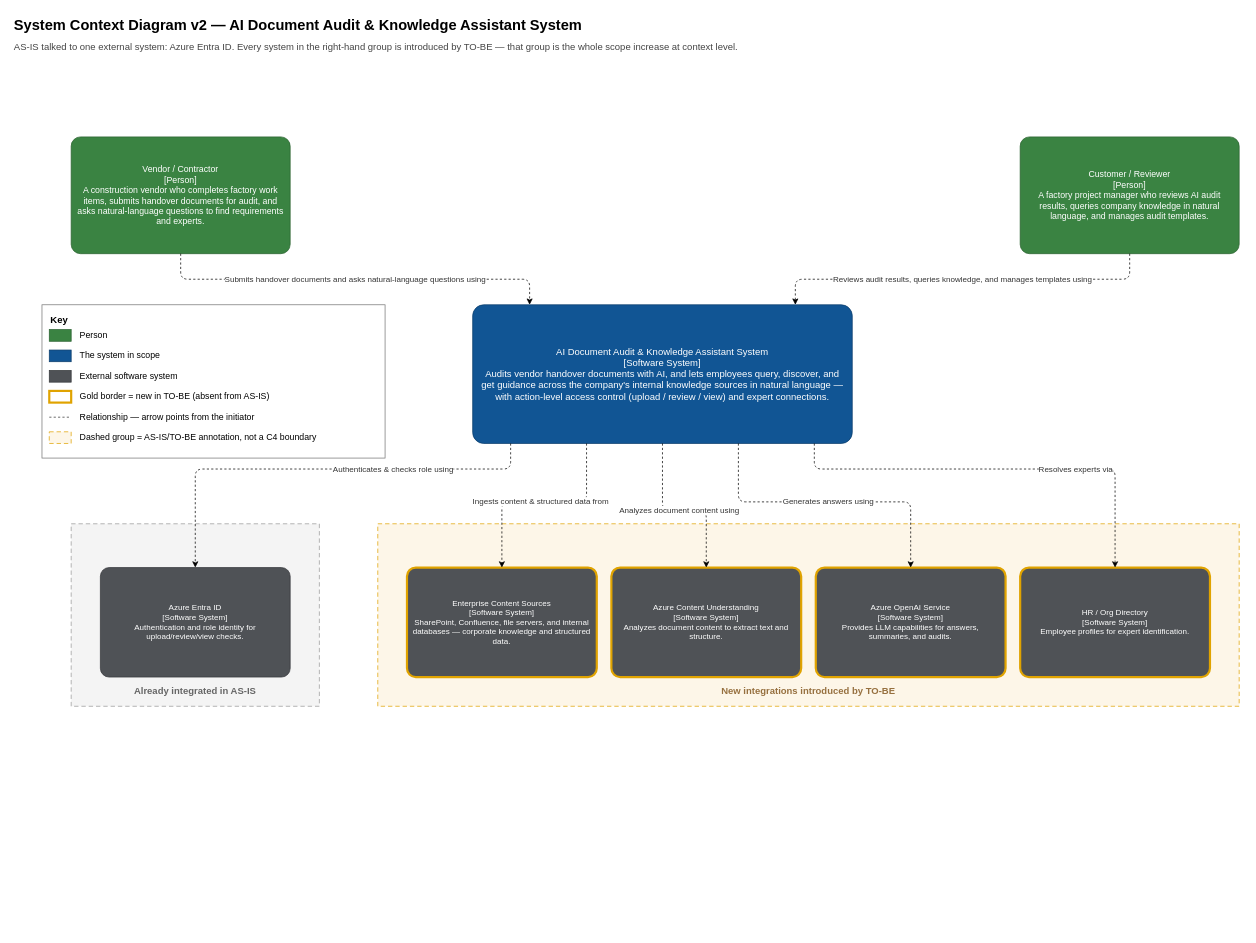
This is [tobe]system_context_diagram.drawio from jackreacher1994/sa-nhom6, a draw.io file, before an edit. Source tidied: cells renumbered, new cells numbered last; positions are measured from the earlier drawing's top-left corner, leaving out a move shared by most shapes. Both pictures are drawn from the tidied source at 73%, with x=0, y=0 at pixel (12, 12).
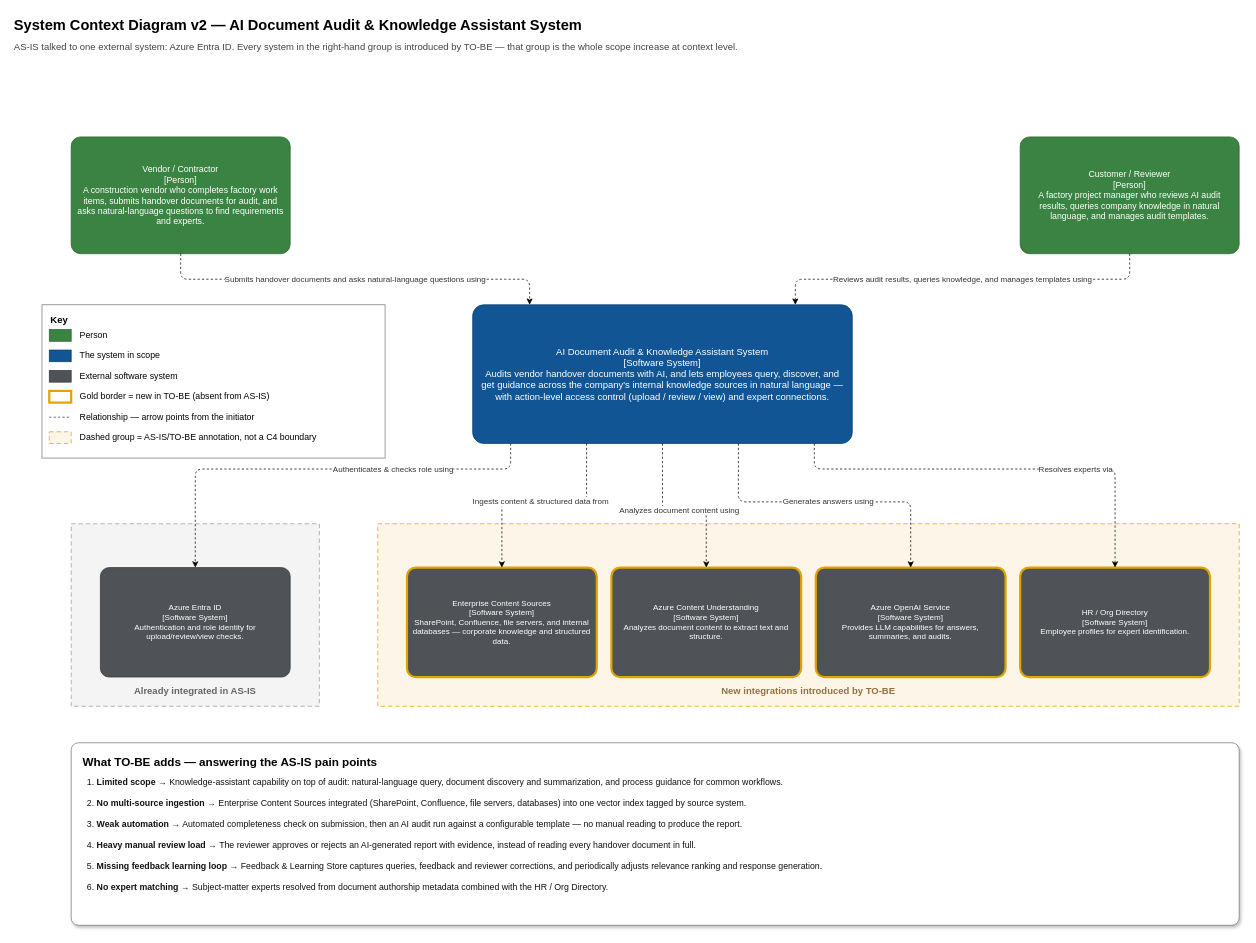
After the change.

Commit message (it also covers changes not shown here):
update system context

Diff of the diagram source:
```diff
@@
+    <mxCell id="34" value="What TO-BE adds — answering the AS-IS pain points" style="rounded=1;arcSize=4;whiteSpace=wrap;html=1;fillColor=#ffffff;strokeColor=#777777;verticalAlign=top;align=left;fontSize=16;fontStyle=1;spacingLeft=14;spacingTop=10;shadow=1;" parent="1" vertex="1">
+      <mxGeometry x="80" y="1000" width="1600" height="250" as="geometry" />
+    </mxCell>
+    <mxCell id="35" value="1. &lt;b&gt;Limited scope&lt;/b&gt; → Knowledge-assistant capability on top of audit: natural-language query, document discovery and summarization, and process guidance for common workflows.&#10;&#10;2. &lt;b&gt;No multi-source ingestion&lt;/b&gt; → Enterprise Content Sources integrated (SharePoint, Confluence, file servers, databases) into one vector index tagged by source system.&#10;&#10;3. &lt;b&gt;Weak automation&lt;/b&gt; → Automated completeness check on submission, then an AI audit run against a configurable template — no manual reading to produce the report.&#10;&#10;4. &lt;b&gt;Heavy manual review load&lt;/b&gt; → The reviewer approves or rejects an AI-generated report with evidence, instead of reading every handover document in full.&#10;&#10;5. &lt;b&gt;Missing feedback learning loop&lt;/b&gt; → Feedback &amp; Learning Store captures queries, feedback and reviewer corrections, and periodically adjusts relevance ranking and response generation.&#10;&#10;6. &lt;b&gt;No expert matching&lt;/b&gt; → Subject-matter experts resolved from document authorship metadata combined with the HR / Org Directory." style="text;html=1;align=left;verticalAlign=top;fontSize=12;fontColor=#111111;spacingLeft=4;" parent="34" vertex="1">
+      <mxGeometry x="16" y="40" width="1570" height="200" as="geometry" />
+    </mxCell>
```
